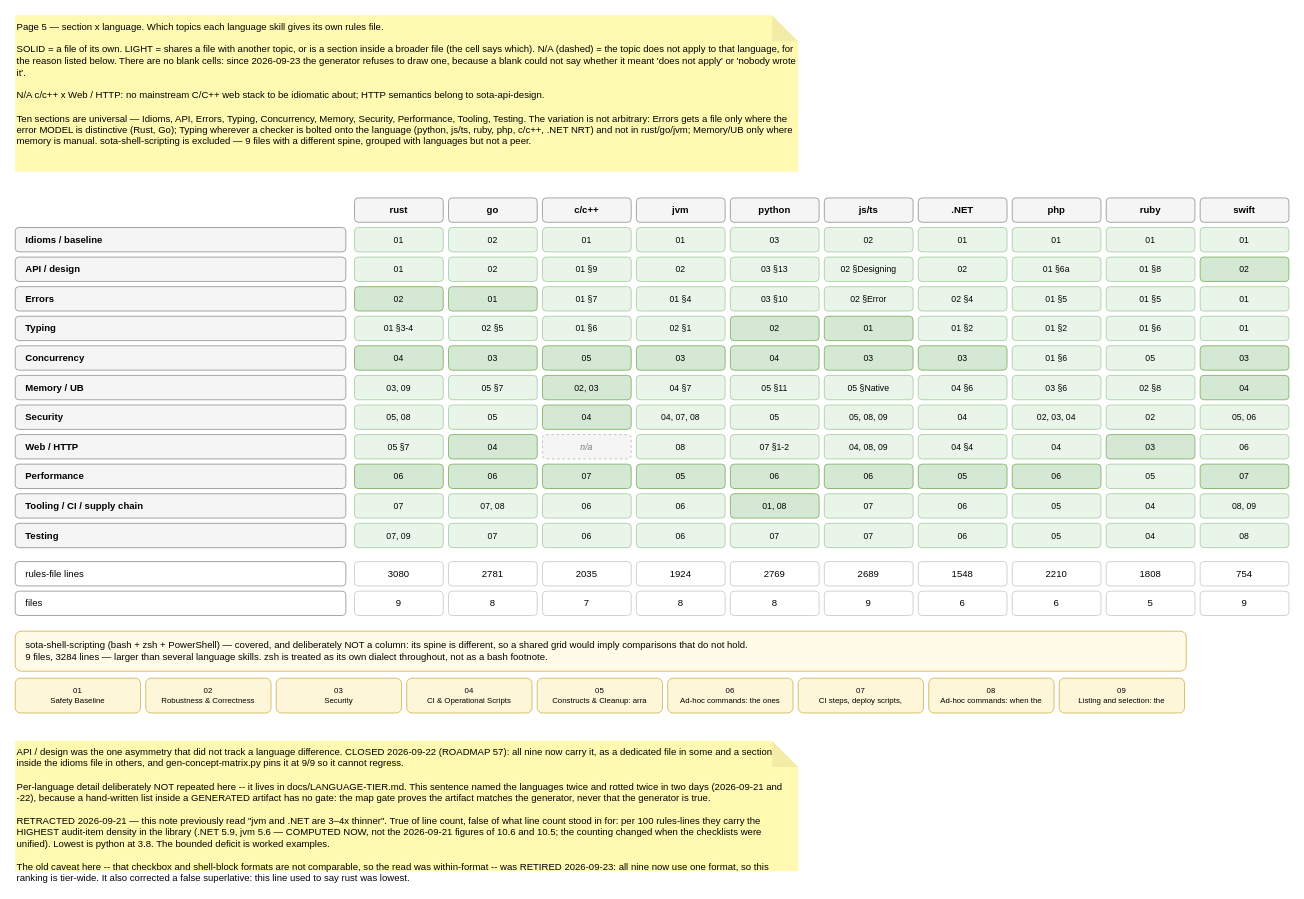
martinholovsky/SOTA-skills keeps this draw.io diagram as page "5 · Section x language" (5 of 8) of docs/skill-map.drawio. Above is the earlier version. Source tidied: cells renumbered, new cells numbered last; positions are measured from the earlier drawing's top-left corner, leaving out a move shared by most shapes. Both pictures are drawn from the tidied source at 87%, with x=0, y=0 at pixel (15, 15).
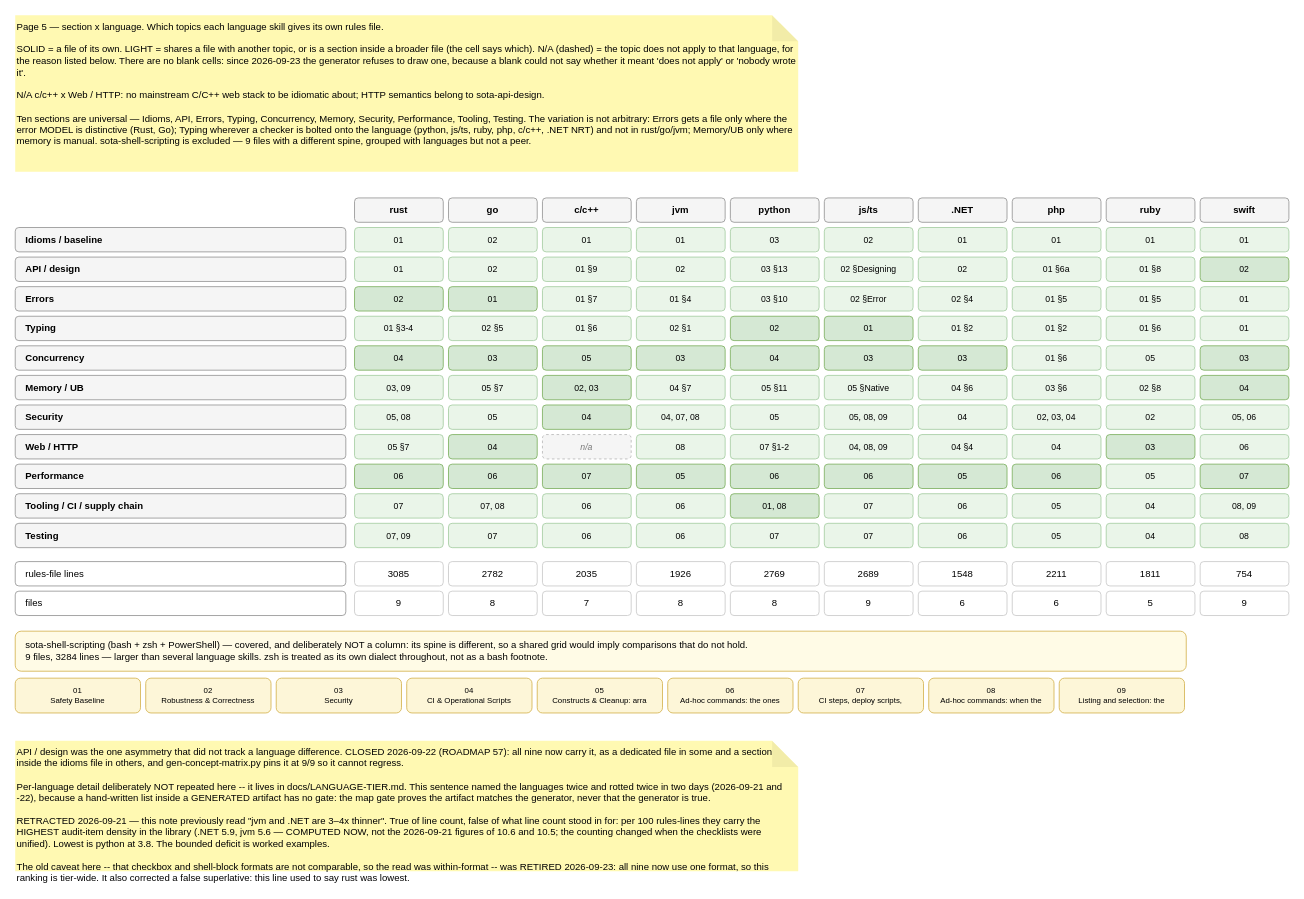
The same diagram, later.

Change to the diagram source:
```diff
@@
-    <mxCell id="135" value="3080" style="rounded=1;whiteSpace=wrap;html=1;fontSize=11;fillColor=#ffffff;strokeColor=#cccccc;fontSize=11;" parent="1" vertex="1">
+    <mxCell id="135" value="3085" style="rounded=1;whiteSpace=wrap;html=1;fontSize=11;fillColor=#ffffff;strokeColor=#cccccc;fontSize=11;" parent="1" vertex="1">
       <mxGeometry x="390" y="628" width="102" height="28" as="geometry" />
     </mxCell>
-    <mxCell id="136" value="2781" style="rounded=1;whiteSpace=wrap;html=1;fontSize=11;fillColor=#ffffff;strokeColor=#cccccc;fontSize=11;" parent="1" vertex="1">
+    <mxCell id="136" value="2782" style="rounded=1;whiteSpace=wrap;html=1;fontSize=11;fillColor=#ffffff;strokeColor=#cccccc;fontSize=11;" parent="1" vertex="1">
       <mxGeometry x="498" y="628" width="102" height="28" as="geometry" />
     </mxCell>
@@
-    <mxCell id="138" value="1924" style="rounded=1;whiteSpace=wrap;html=1;fontSize=11;fillColor=#ffffff;strokeColor=#cccccc;fontSize=11;" parent="1" vertex="1">
+    <mxCell id="138" value="1926" style="rounded=1;whiteSpace=wrap;html=1;fontSize=11;fillColor=#ffffff;strokeColor=#cccccc;fontSize=11;" parent="1" vertex="1">
       <mxGeometry x="714" y="628" width="102" height="28" as="geometry" />
     </mxCell>
@@
-    <mxCell id="142" value="2210" style="rounded=1;whiteSpace=wrap;html=1;fontSize=11;fillColor=#ffffff;strokeColor=#cccccc;fontSize=11;" parent="1" vertex="1">
+    <mxCell id="142" value="2211" style="rounded=1;whiteSpace=wrap;html=1;fontSize=11;fillColor=#ffffff;strokeColor=#cccccc;fontSize=11;" parent="1" vertex="1">
       <mxGeometry x="1146" y="628" width="102" height="28" as="geometry" />
     </mxCell>
-    <mxCell id="143" value="1808" style="rounded=1;whiteSpace=wrap;html=1;fontSize=11;fillColor=#ffffff;strokeColor=#cccccc;fontSize=11;" parent="1" vertex="1">
+    <mxCell id="143" value="1811" style="rounded=1;whiteSpace=wrap;html=1;fontSize=11;fillColor=#ffffff;strokeColor=#cccccc;fontSize=11;" parent="1" vertex="1">
       <mxGeometry x="1254" y="628" width="102" height="28" as="geometry" />
     </mxCell>
```
